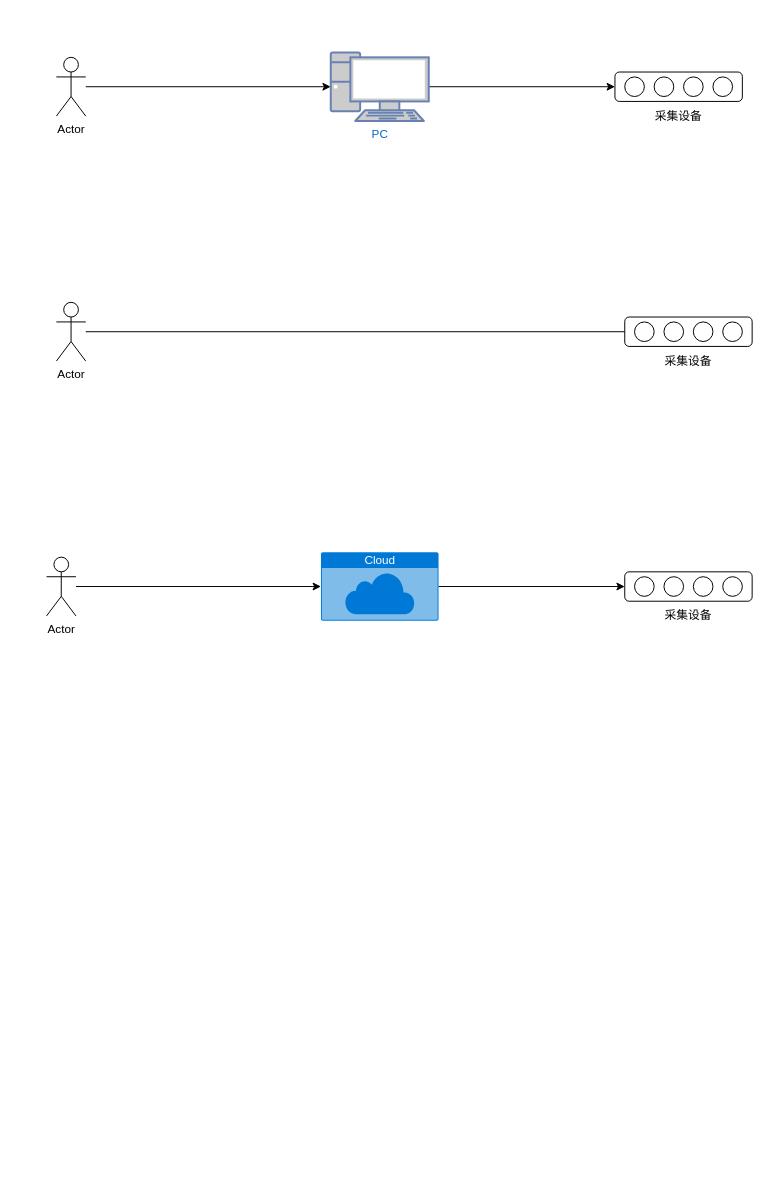
This is NLab/UseCases.drawio from zhugy08/drawio, a draw.io file, before an edit. Source tidied: cells renumbered, new cells numbered last; positions are measured from the earlier drawing's top-left corner, leaving out a move shared by most shapes. Both pictures are drawn from the tidied source at 98%, with x=0, y=0 at pixel (46, 52). Pictures stored in the file or linked from it are replaced by grey dashed boxes.
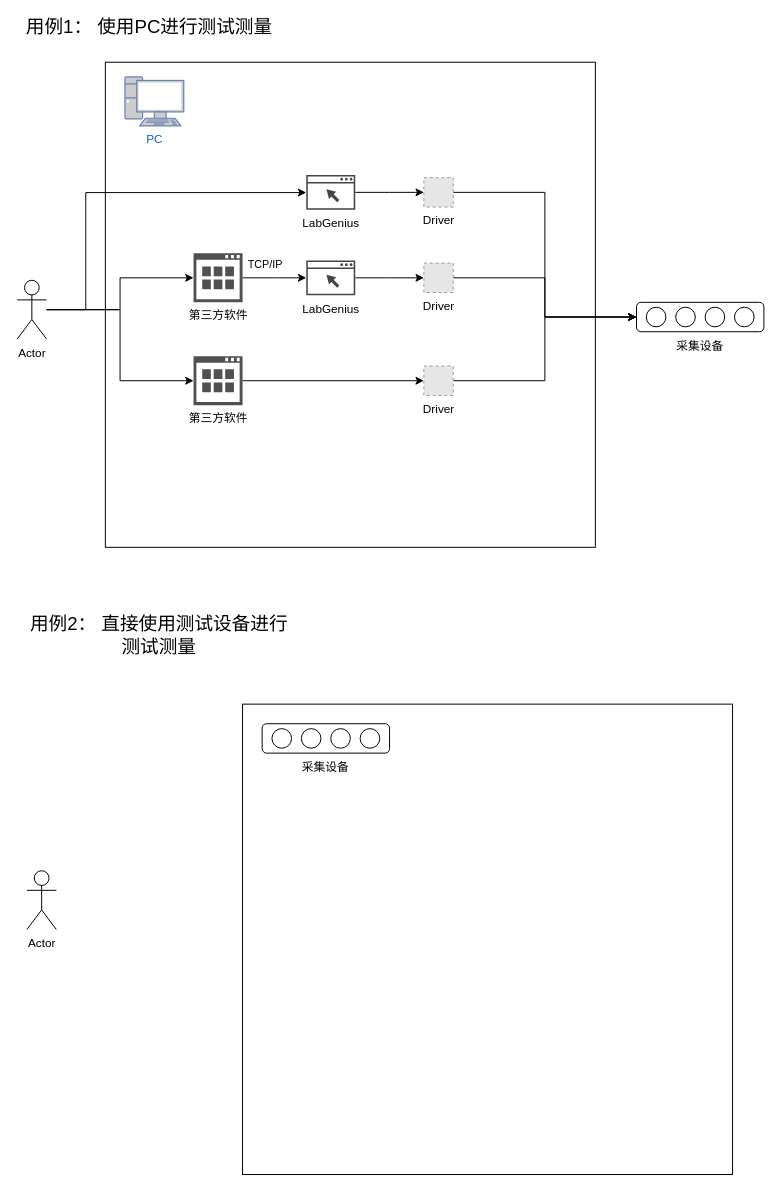
The same page after the edit.

The change refers to these unchanged cells:
```xml
<mxCell id="10" style="rounded=1;whiteSpace=wrap;html=1;" parent="9" vertex="1">
  <mxGeometry width="130" height="30" as="geometry" />
</mxCell>
```

What changed in the source:
```diff
@@
-    <mxCell id="2" style="edgeStyle=orthogonalEdgeStyle;rounded=0;jettySize=auto;html=1;" parent="1" edge="1" source="3" target="5">
-      <mxGeometry relative="1" as="geometry" />
-    </mxCell>
+    <mxCell id="36" style="rounded=0;whiteSpace=wrap;html=1;" parent="1" vertex="1">
+      <mxGeometry x="200" y="665" width="500" height="480" as="geometry" />
+    </mxCell>
+    <mxCell id="37" style="rounded=0;whiteSpace=wrap;html=1;" parent="1" vertex="1">
+      <mxGeometry x="60" y="10" width="500" height="495" as="geometry" />
+    </mxCell>
+    <mxCell id="38" style="edgeStyle=orthogonalEdgeStyle;rounded=0;jettySize=auto;html=1;" parent="1" edge="1" source="3" target="42">
+      <mxGeometry relative="1" as="geometry">
+        <Array as="points">
+          <mxPoint x="40" y="263" />
+          <mxPoint x="40" y="143" />
+        </Array>
+      </mxGeometry>
+    </mxCell>
+    <mxCell id="39" style="edgeStyle=orthogonalEdgeStyle;rounded=0;jettySize=auto;html=1;" parent="1" edge="1" source="3" target="47">
+      <mxGeometry relative="1" as="geometry" />
+    </mxCell>
+    <mxCell id="40" style="edgeStyle=orthogonalEdgeStyle;rounded=0;jettySize=auto;html=1;entryX=0;entryY=0.5;entryDx=0;entryDy=0;entryPerimeter=0;" parent="1" edge="1" source="3" target="53">
+      <mxGeometry relative="1" as="geometry" />
+    </mxCell>
     <mxCell id="3" value="Actor" style="shape=umlActor;verticalLabelPosition=bottom;verticalAlign=top;html=1;outlineConnect=0;" parent="1" vertex="1">
-      <mxGeometry x="10" y="5" width="30" height="60" as="geometry" />
+      <mxGeometry x="-30" y="232.5" width="30" height="60" as="geometry" />
     </mxCell>
-    <mxCell id="4" style="edgeStyle=orthogonalEdgeStyle;rounded=0;jettySize=auto;html=1;" parent="1" edge="1" source="5" target="10">
-      <mxGeometry relative="1" as="geometry" />
-    </mxCell>
     <mxCell id="5" value="PC" style="fontColor=#0066CC;verticalAlign=top;verticalLabelPosition=bottom;labelPosition=center;align=center;html=1;outlineConnect=0;fillColor=#CCCCCC;strokeColor=#6881B3;gradientColor=none;gradientDirection=north;strokeWidth=2;shape=mxgraph.networks.pc;" parent="1" vertex="1">
-      <mxGeometry x="290" width="100" height="70" as="geometry" />
+      <mxGeometry x="80" y="25" width="60" height="50" as="geometry" />
     </mxCell>
-    <mxCell id="6" style="edgeStyle=orthogonalEdgeStyle;rounded=0;jettySize=auto;html=1;entryX=0;entryY=0.5;entryDx=0;entryDy=0;" parent="1" edge="1" source="7" target="19">
-      <mxGeometry relative="1" as="geometry" />
-    </mxCell>
-    <mxCell id="7" value="Actor" style="shape=umlActor;verticalLabelPosition=bottom;verticalAlign=top;html=1;outlineConnect=0;" parent="1" vertex="1">
-      <mxGeometry x="10" y="255" width="30" height="60" as="geometry" />
-    </mxCell>
     <mxCell id="8" style="group;" parent="1" vertex="1">
-      <mxGeometry x="580" y="20" width="130" height="55" as="geometry" />
+      <mxGeometry x="602" y="255" width="130" height="55" as="geometry" />
     </mxCell>
@@
-    <mxCell id="16" style="group;" parent="1" vertex="1">
-      <mxGeometry x="590" y="270" width="130" height="55" as="geometry" />
-    </mxCell>
-    <mxCell id="17" style="group;" parent="16" vertex="1">
-      <mxGeometry width="130" height="30" as="geometry" />
-    </mxCell>
-    <mxCell id="18" style="rounded=1;whiteSpace=wrap;html=1;" parent="17" vertex="1">
-      <mxGeometry width="130" height="30" as="geometry" />
-    </mxCell>
-    <mxCell id="19" style="ellipse;whiteSpace=wrap;html=1;" parent="17" vertex="1">
-      <mxGeometry x="10" y="5" width="20" height="20" as="geometry" />
-    </mxCell>
-    <mxCell id="20" style="ellipse;whiteSpace=wrap;html=1;" parent="17" vertex="1">
-      <mxGeometry x="40" y="5" width="20" height="20" as="geometry" />
-    </mxCell>
-    <mxCell id="21" style="ellipse;whiteSpace=wrap;html=1;" parent="17" vertex="1">
-      <mxGeometry x="70" y="5" width="20" height="20" as="geometry" />
-    </mxCell>
-    <mxCell id="22" style="ellipse;whiteSpace=wrap;html=1;" parent="17" vertex="1">
-      <mxGeometry x="100" y="5" width="20" height="20" as="geometry" />
-    </mxCell>
-    <mxCell id="23" value="采集设备" style="text;html=1;strokeColor=none;fillColor=none;align=center;verticalAlign=middle;whiteSpace=wrap;rounded=0;" parent="16" vertex="1">
-      <mxGeometry x="40" y="35" width="50" height="20" as="geometry" />
-    </mxCell>
-    <mxCell id="24" style="edgeStyle=orthogonalEdgeStyle;rounded=0;jettySize=auto;html=1;" parent="1" edge="1" source="25" target="27">
-      <mxGeometry relative="1" as="geometry" />
-    </mxCell>
-    <mxCell id="25" value="Actor" style="shape=umlActor;verticalLabelPosition=bottom;verticalAlign=top;html=1;outlineConnect=0;" parent="1" vertex="1">
-      <mxGeometry y="515" width="30" height="60" as="geometry" />
-    </mxCell>
-    <mxCell id="26" style="edgeStyle=orthogonalEdgeStyle;rounded=0;jettySize=auto;html=1;entryX=0;entryY=0.5;entryDx=0;entryDy=0;" parent="1" edge="1" source="27" target="30">
-      <mxGeometry relative="1" as="geometry" />
-    </mxCell>
-    <mxCell id="27" value="Cloud" style="html=1;strokeColor=none;fillColor=#0079D6;labelPosition=center;verticalLabelPosition=middle;verticalAlign=top;align=center;fontSize=12;outlineConnect=0;spacingTop=-6;fontColor=#FFFFFF;shape=mxgraph.sitemap.cloud;" parent="1" vertex="1">
-      <mxGeometry x="280" y="510" width="120" height="70" as="geometry" />
-    </mxCell>
-    <mxCell id="28" style="group;" parent="1" vertex="1">
-      <mxGeometry x="590" y="530" width="130" height="55" as="geometry" />
-    </mxCell>
-    <mxCell id="29" style="group;" parent="28" vertex="1">
-      <mxGeometry width="130" height="30" as="geometry" />
-    </mxCell>
-    <mxCell id="30" style="rounded=1;whiteSpace=wrap;html=1;" parent="29" vertex="1">
-      <mxGeometry width="130" height="30" as="geometry" />
-    </mxCell>
-    <mxCell id="31" style="ellipse;whiteSpace=wrap;html=1;" parent="29" vertex="1">
-      <mxGeometry x="10" y="5" width="20" height="20" as="geometry" />
-    </mxCell>
-    <mxCell id="32" style="ellipse;whiteSpace=wrap;html=1;" parent="29" vertex="1">
-      <mxGeometry x="40" y="5" width="20" height="20" as="geometry" />
-    </mxCell>
-    <mxCell id="33" style="ellipse;whiteSpace=wrap;html=1;" parent="29" vertex="1">
-      <mxGeometry x="70" y="5" width="20" height="20" as="geometry" />
-    </mxCell>
-    <mxCell id="34" style="ellipse;whiteSpace=wrap;html=1;" parent="29" vertex="1">
-      <mxGeometry x="100" y="5" width="20" height="20" as="geometry" />
-    </mxCell>
-    <mxCell id="35" value="采集设备" style="text;html=1;strokeColor=none;fillColor=none;align=center;verticalAlign=middle;whiteSpace=wrap;rounded=0;" parent="28" vertex="1">
-      <mxGeometry x="40" y="35" width="50" height="20" as="geometry" />
-    </mxCell>
+    <mxCell id="41" style="edgeStyle=orthogonalEdgeStyle;rounded=0;jettySize=auto;html=1;" parent="1" edge="1" source="42" target="44">
+      <mxGeometry relative="1" as="geometry" />
+    </mxCell>
+    <mxCell id="42" value="LabGenius" style="shadow=0;dashed=0;html=1;strokeColor=none;fillColor=#434445;labelPosition=center;verticalLabelPosition=bottom;verticalAlign=top;align=center;outlineConnect=0;shape=mxgraph.vvd.web_browser;" parent="1" vertex="1">
+      <mxGeometry x="265" y="125" width="50" height="35.5" as="geometry" />
+    </mxCell>
+    <mxCell id="43" style="edgeStyle=orthogonalEdgeStyle;rounded=0;jettySize=auto;html=1;entryX=0;entryY=0.5;entryDx=0;entryDy=0;" parent="1" edge="1" source="44" target="10">
+      <mxGeometry relative="1" as="geometry" />
+    </mxCell>
+    <mxCell id="44" value="Driver" style="fillColor=#E6E6E6;strokeColor=#999999;dashed=1;html=1;verticalAlign=top;verticalLabelPosition=bottom;labelBackgroundColor=#ffffff;" parent="1" vertex="1">
+      <mxGeometry x="385" y="127.8" width="30" height="30" as="geometry" />
+    </mxCell>
+    <mxCell id="45" style="edgeStyle=orthogonalEdgeStyle;rounded=0;jettySize=auto;html=1;" parent="1" edge="1" source="47" target="49">
+      <mxGeometry relative="1" as="geometry" />
+    </mxCell>
+    <mxCell id="46" value="TCP/IP" style="edgeLabel;html=1;align=center;verticalAlign=middle;" parent="45" vertex="1">
+      <mxGeometry x="-0.31" y="2" relative="1" as="geometry">
+        <mxPoint y="-13" as="offset" />
+      </mxGeometry>
+    </mxCell>
+    <mxCell id="47" value="第三方软件" style="shadow=0;dashed=0;html=1;strokeColor=none;labelPosition=center;verticalLabelPosition=bottom;verticalAlign=top;align=center;fillColor=#505050;shape=mxgraph.mscae.intune.detected_software;" parent="1" vertex="1">
+      <mxGeometry x="150" y="205" width="50" height="50" as="geometry" />
+    </mxCell>
+    <mxCell id="48" style="edgeStyle=orthogonalEdgeStyle;rounded=0;jettySize=auto;html=1;" parent="1" edge="1" source="49" target="51">
+      <mxGeometry relative="1" as="geometry" />
+    </mxCell>
+    <mxCell id="49" value="LabGenius" style="shadow=0;dashed=0;html=1;strokeColor=none;fillColor=#434445;labelPosition=center;verticalLabelPosition=bottom;verticalAlign=top;align=center;outlineConnect=0;shape=mxgraph.vvd.web_browser;" parent="1" vertex="1">
+      <mxGeometry x="265" y="212.2" width="50" height="35.5" as="geometry" />
+    </mxCell>
+    <mxCell id="50" style="edgeStyle=orthogonalEdgeStyle;rounded=0;jettySize=auto;html=1;entryX=0;entryY=0.5;entryDx=0;entryDy=0;" parent="1" edge="1" source="51" target="10">
+      <mxGeometry relative="1" as="geometry" />
+    </mxCell>
+    <mxCell id="51" value="Driver" style="fillColor=#E6E6E6;strokeColor=#999999;dashed=1;html=1;verticalAlign=top;verticalLabelPosition=bottom;labelBackgroundColor=#ffffff;" parent="1" vertex="1">
+      <mxGeometry x="385" y="215" width="30" height="30" as="geometry" />
+    </mxCell>
+    <mxCell id="52" style="edgeStyle=orthogonalEdgeStyle;rounded=0;jettySize=auto;html=1;" parent="1" edge="1" source="53" target="55">
+      <mxGeometry relative="1" as="geometry" />
+    </mxCell>
+    <mxCell id="53" value="第三方软件" style="shadow=0;dashed=0;html=1;strokeColor=none;labelPosition=center;verticalLabelPosition=bottom;verticalAlign=top;align=center;fillColor=#505050;shape=mxgraph.mscae.intune.detected_software;" parent="1" vertex="1">
+      <mxGeometry x="150" y="310" width="50" height="50" as="geometry" />
+    </mxCell>
+    <mxCell id="54" style="edgeStyle=orthogonalEdgeStyle;rounded=0;jettySize=auto;html=1;entryX=0;entryY=0.5;entryDx=0;entryDy=0;" parent="1" edge="1" source="55" target="10">
+      <mxGeometry relative="1" as="geometry" />
+    </mxCell>
+    <mxCell id="55" value="Driver" style="fillColor=#E6E6E6;strokeColor=#999999;dashed=1;html=1;verticalAlign=top;verticalLabelPosition=bottom;labelBackgroundColor=#ffffff;" parent="1" vertex="1">
+      <mxGeometry x="385" y="320" width="30" height="30" as="geometry" />
+    </mxCell>
+    <mxCell id="56" value="&lt;font style=&quot;font-size: 19px&quot;&gt;用例1： 使用PC进行测试测量&lt;/font&gt;" style="text;html=1;strokeColor=none;fillColor=none;align=center;verticalAlign=middle;whiteSpace=wrap;rounded=0;" parent="1" vertex="1">
+      <mxGeometry x="-30" y="-35" width="270" height="20" as="geometry" />
+    </mxCell>
+    <mxCell id="57" value="&lt;font style=&quot;font-size: 19px&quot;&gt;用例2： 直接使用测试设备进行测试测量&lt;/font&gt;" style="text;html=1;strokeColor=none;fillColor=none;align=center;verticalAlign=middle;whiteSpace=wrap;rounded=0;" parent="1" vertex="1">
+      <mxGeometry x="-20" y="585" width="270" height="20" as="geometry" />
+    </mxCell>
+    <mxCell id="58" style="group;" parent="1" vertex="1">
+      <mxGeometry x="220" y="685" width="130" height="55" as="geometry" />
+    </mxCell>
+    <mxCell id="59" style="group;" parent="58" vertex="1">
+      <mxGeometry width="130" height="30" as="geometry" />
+    </mxCell>
+    <mxCell id="60" style="rounded=1;whiteSpace=wrap;html=1;" parent="59" vertex="1">
+      <mxGeometry width="130" height="30" as="geometry" />
+    </mxCell>
+    <mxCell id="61" style="ellipse;whiteSpace=wrap;html=1;" parent="59" vertex="1">
+      <mxGeometry x="10" y="5" width="20" height="20" as="geometry" />
+    </mxCell>
+    <mxCell id="62" style="ellipse;whiteSpace=wrap;html=1;" parent="59" vertex="1">
+      <mxGeometry x="40" y="5" width="20" height="20" as="geometry" />
+    </mxCell>
+    <mxCell id="63" style="ellipse;whiteSpace=wrap;html=1;" parent="59" vertex="1">
+      <mxGeometry x="70" y="5" width="20" height="20" as="geometry" />
+    </mxCell>
+    <mxCell id="64" style="ellipse;whiteSpace=wrap;html=1;" parent="59" vertex="1">
+      <mxGeometry x="100" y="5" width="20" height="20" as="geometry" />
+    </mxCell>
+    <mxCell id="65" value="采集设备" style="text;html=1;strokeColor=none;fillColor=none;align=center;verticalAlign=middle;whiteSpace=wrap;rounded=0;" parent="58" vertex="1">
+      <mxGeometry x="40" y="35" width="50" height="20" as="geometry" />
+    </mxCell>
+    <mxCell id="66" value="Actor" style="shape=umlActor;verticalLabelPosition=bottom;verticalAlign=top;html=1;" parent="1" vertex="1">
+      <mxGeometry x="-20" y="835" width="30" height="60" as="geometry" />
+    </mxCell>
```
